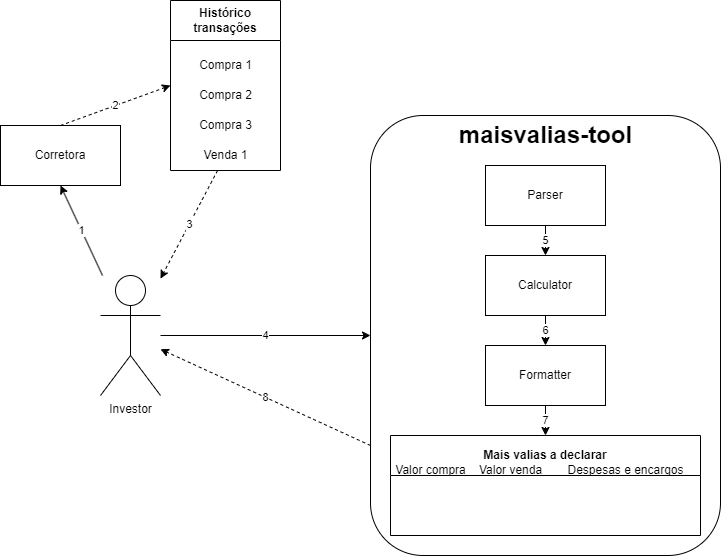
Earlier version of the draw.io export website/docs/01-conceitos-chave/arquitetura.png (Tomas-Silva-PT/maisvalias-tool). Source tidied: cells renumbered, new cells last; positions are measured from the earlier drawing's top-left corner, leaving out a move shared by most shapes.
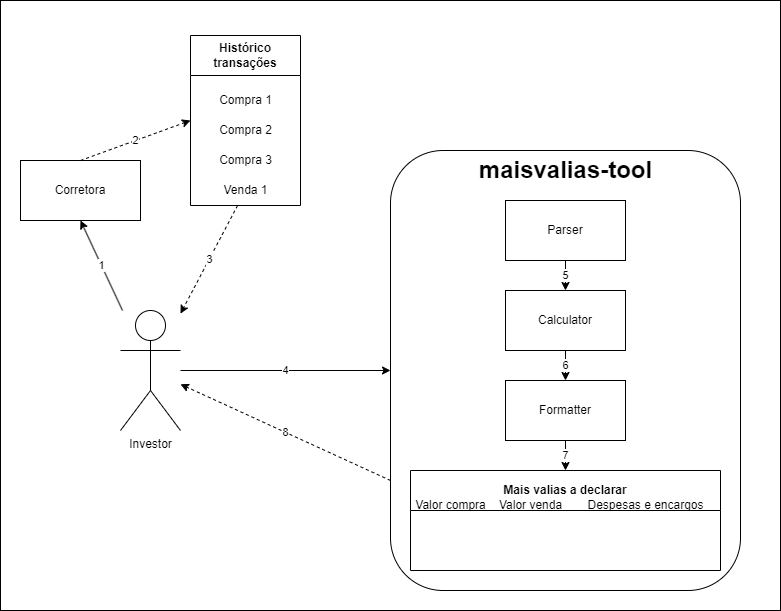
Above is the later version.

Diff of the diagram source:
```diff
@@ -2,6 +2,9 @@
   <root>
     <mxCell id="0" />
     <mxCell id="1" parent="0" />
+    <mxCell id="27" style="rounded=0;whiteSpace=wrap;html=1;" parent="1" vertex="1">
+      <mxGeometry x="-20" y="-35" width="780" height="610" as="geometry" />
+    </mxCell>
     <mxCell id="2" style="group;" parent="1" vertex="1">
       <mxGeometry x="370" y="165" width="350" height="390" as="geometry" />
     </mxCell>
```
